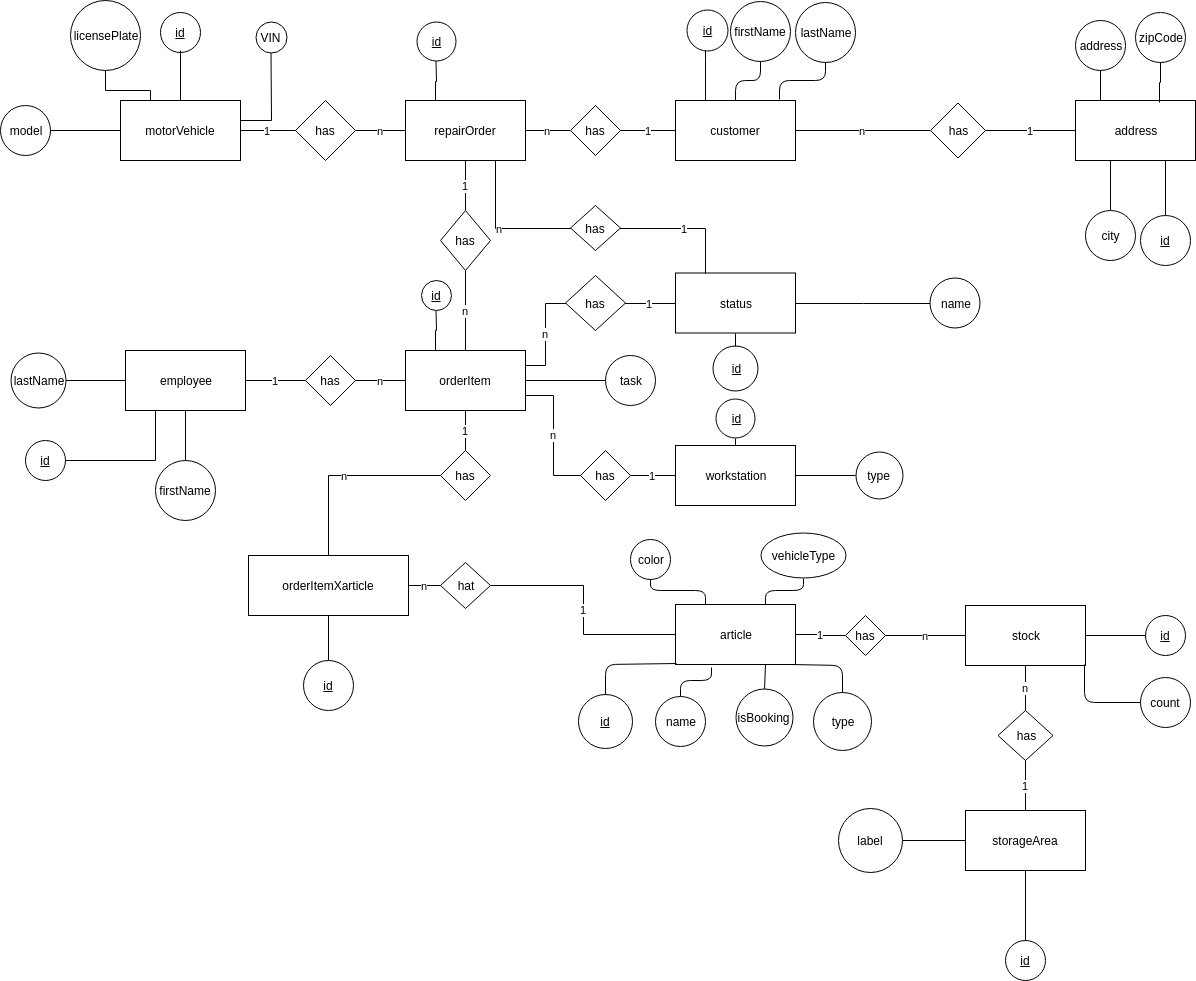
Before: misc/ERM.png, a diagram exported from draw.io (jleuderalbert/SchrottMobilAutowerkstatt). Source tidied: cells renumbered, new cells last; positions are measured from the earlier drawing's top-left corner, leaving out a move shared by most shapes.
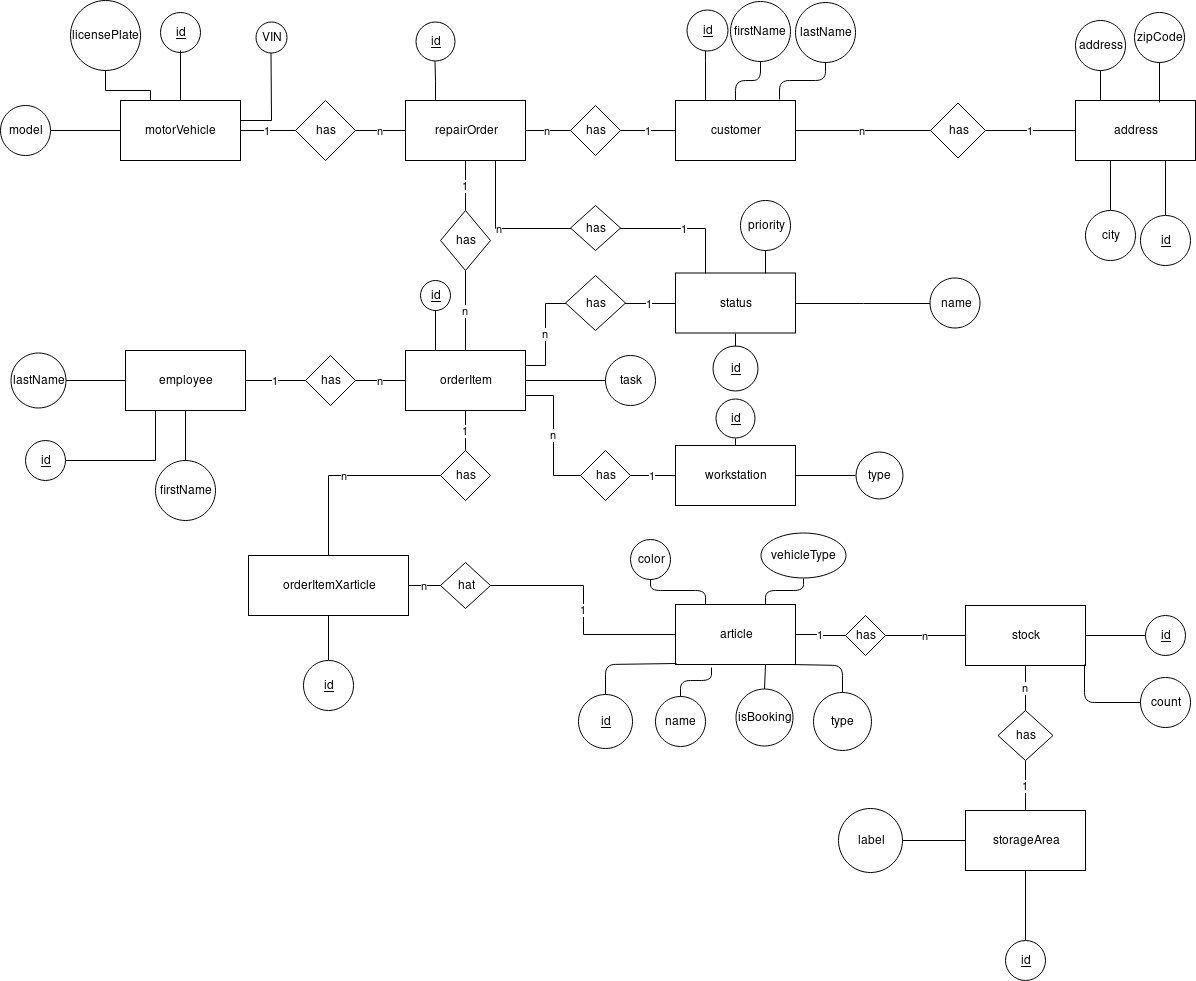
After the commit.

Diff of the diagram source:
```diff
@@ -137,7 +137,7 @@
       <mxGeometry relative="1" as="geometry" />
     </mxCell>
     <mxCell id="45" value="id" style="ellipse;whiteSpace=wrap;html=1;fontStyle=4;" parent="1" vertex="1">
-      <mxGeometry x="416" y="21.5" width="39" height="39" as="geometry" />
+      <mxGeometry x="415" y="21.5" width="39" height="39" as="geometry" />
     </mxCell>
     <mxCell id="46" style="edgeStyle=orthogonalEdgeStyle;rounded=0;jettySize=auto;html=1;entryX=0.25;entryY=0;entryDx=0;entryDy=0;startArrow=none;startFill=0;endArrow=none;endFill=0;" parent="1" edge="1" source="47" target="6">
       <mxGeometry relative="1" as="geometry">
@@ -160,7 +160,7 @@
       <mxGeometry relative="1" as="geometry" />
     </mxCell>
     <mxCell id="51" value="id" style="ellipse;whiteSpace=wrap;html=1;fontStyle=4;" parent="1" vertex="1">
-      <mxGeometry x="420.5" y="280" width="30" height="30" as="geometry" />
+      <mxGeometry x="420" y="280" width="30" height="30" as="geometry" />
     </mxCell>
     <mxCell id="52" style="edgeStyle=orthogonalEdgeStyle;rounded=0;jettySize=auto;html=1;entryX=1;entryY=0.5;entryDx=0;entryDy=0;startArrow=none;startFill=0;endArrow=none;endFill=0;" parent="1" edge="1" source="53" target="5">
       <mxGeometry relative="1" as="geometry" />
@@ -254,7 +254,7 @@
       <mxGeometry relative="1" as="geometry" />
     </mxCell>
     <mxCell id="81" value="zipCode" style="ellipse;whiteSpace=wrap;html=1;" parent="1" vertex="1">
-      <mxGeometry x="1135" y="11.5" width="50" height="50" as="geometry" />
+      <mxGeometry x="1134" y="11.5" width="50" height="50" as="geometry" />
     </mxCell>
     <mxCell id="82" style="edgeStyle=orthogonalEdgeStyle;rounded=0;jettySize=auto;html=1;entryX=0.75;entryY=1;entryDx=0;entryDy=0;endArrow=none;endFill=0;" parent="1" edge="1" source="83" target="77">
       <mxGeometry relative="1" as="geometry" />
@@ -392,5 +392,11 @@
     <mxCell id="113" style="endArrow=none;html=1;entryX=0.5;entryY=1;entryDx=0;entryDy=0;exitX=0.5;exitY=0;exitDx=0;exitDy=0;" parent="1" edge="1" source="12" target="60">
       <mxGeometry relative="1" as="geometry" />
     </mxCell>
+    <mxCell id="114" value="priority" style="ellipse;whiteSpace=wrap;html=1;direction=south;" parent="1" vertex="1">
+      <mxGeometry x="740" y="200" width="50" height="50" as="geometry" />
+    </mxCell>
+    <mxCell id="115" style="endArrow=none;html=1;entryX=1;entryY=0.5;entryDx=0;entryDy=0;exitX=0.75;exitY=0;exitDx=0;exitDy=0;" parent="1" edge="1" source="90" target="114">
+      <mxGeometry relative="1" as="geometry" />
+    </mxCell>
   </root>
 </mxGraphModel>
```
